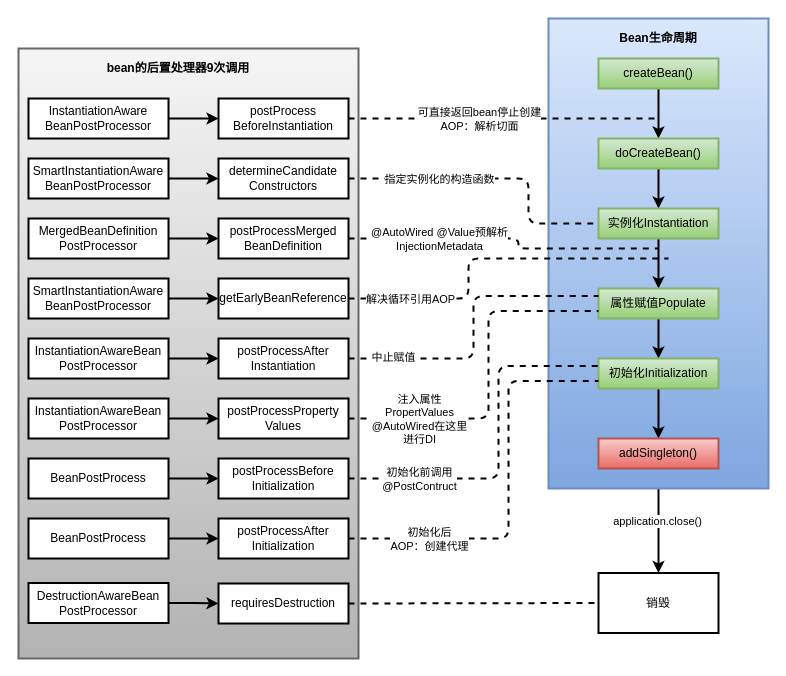
Earlier version of the draw.io diagram page "Bean的后置处理器" (3 of 3) of spring/IOC加载流程.drawio (LiHuiBin1995/study-java). Source tidied: cells renumbered, new cells numbered last; positions are measured from the earlier drawing's top-left corner, leaving out a move shared by most shapes. Both pictures are drawn from the tidied source at 100%, with x=0, y=0 at pixel (18, 18).
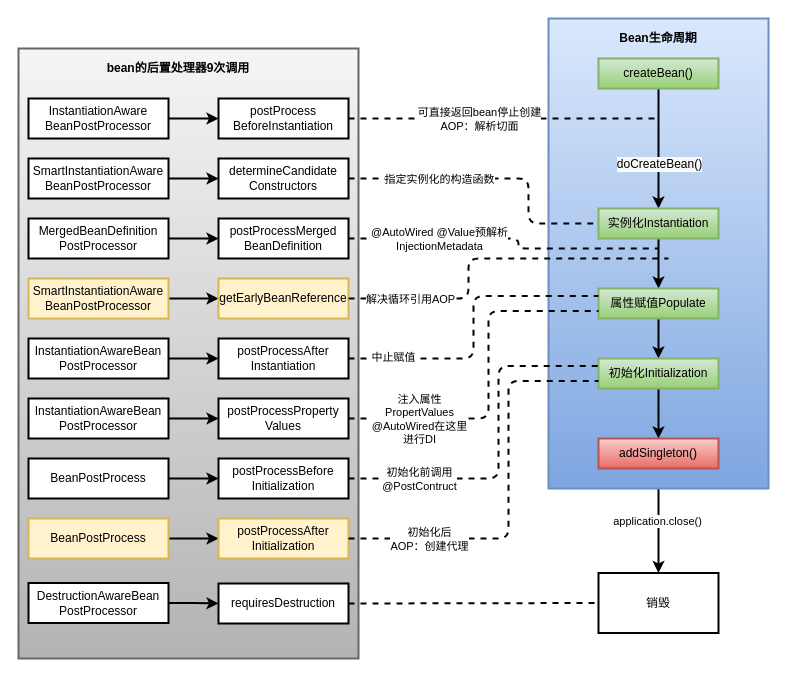
The same diagram, later.

Commit message:
更新IOC加载流程.drawio

Unchanged cells that the change refers to:
```xml
<mxCell id="8" value="createBean()" style="rounded=0;whiteSpace=wrap;html=1;strokeWidth=2;gradientColor=#97d077;fillColor=#d5e8d4;strokeColor=#82b366;" parent="1" vertex="1">
  <mxGeometry x="580" y="40" width="120" height="30" as="geometry" />
</mxCell>
<mxCell id="13" value="实例化Instantiation" style="rounded=0;whiteSpace=wrap;html=1;strokeWidth=2;gradientColor=#97d077;fillColor=#d5e8d4;strokeColor=#82b366;" parent="1" vertex="1">
  <mxGeometry x="580" y="190" width="120" height="30" as="geometry" />
</mxCell>
```

The edit, as a diff of the source:
```diff
@@
-    <mxCell id="7" style="edgeStyle=orthogonalEdgeStyle;rounded=0;jettySize=auto;html=1;strokeWidth=2;" parent="1" edge="1" source="8" target="11">
+    <mxCell id="7" style="edgeStyle=orthogonalEdgeStyle;rounded=0;jettySize=auto;html=1;strokeWidth=2;entryX=0.5;entryY=0;entryDx=0;entryDy=0;" parent="1" edge="1" source="8" target="13">
       <mxGeometry relative="1" as="geometry" />
     </mxCell>
+    <mxCell id="11" value="&lt;span style=&quot;font-size: 12px ; background-color: rgb(248 , 249 , 250)&quot;&gt;doCreateBean()&lt;/span&gt;" style="edgeLabel;html=1;align=center;verticalAlign=middle;points=[];" parent="7" vertex="1">
+      <mxGeometry x="0.25" relative="1" as="geometry" />
+    </mxCell>
@@
-    <mxCell id="10" style="edgeStyle=orthogonalEdgeStyle;rounded=0;jettySize=auto;html=1;strokeWidth=2;" parent="1" edge="1" source="11" target="13">
-      <mxGeometry relative="1" as="geometry" />
-    </mxCell>
-    <mxCell id="11" value="doCreateBean()" style="rounded=0;whiteSpace=wrap;html=1;strokeWidth=2;gradientColor=#97d077;fillColor=#d5e8d4;strokeColor=#82b366;" parent="1" vertex="1">
-      <mxGeometry x="580" y="120" width="120" height="30" as="geometry" />
-    </mxCell>
@@
-    <mxCell id="35" value="SmartInstantiationAware&lt;br&gt;BeanPostProcessor" style="rounded=0;whiteSpace=wrap;html=1;strokeWidth=2;" parent="1" vertex="1">
+    <mxCell id="35" value="SmartInstantiationAware&lt;br&gt;BeanPostProcessor" style="rounded=0;whiteSpace=wrap;html=1;strokeWidth=2;fillColor=#fff2cc;strokeColor=#d6b656;" parent="1" vertex="1">
       <mxGeometry x="10" y="260" width="140" height="40" as="geometry" />
     </mxCell>
-    <mxCell id="36" value="getEarlyBeanReference" style="rounded=0;whiteSpace=wrap;html=1;strokeWidth=2;" parent="1" vertex="1">
+    <mxCell id="36" value="getEarlyBeanReference" style="rounded=0;whiteSpace=wrap;html=1;strokeWidth=2;fillColor=#fff2cc;strokeColor=#d6b656;" parent="1" vertex="1">
       <mxGeometry x="200" y="260" width="130" height="40" as="geometry" />
     </mxCell>
@@
-    <mxCell id="55" value="BeanPostProcess" style="rounded=0;whiteSpace=wrap;html=1;strokeWidth=2;" parent="1" vertex="1">
+    <mxCell id="55" value="BeanPostProcess" style="rounded=0;whiteSpace=wrap;html=1;strokeWidth=2;fillColor=#fff2cc;strokeColor=#d6b656;" parent="1" vertex="1">
       <mxGeometry x="10" y="500" width="140" height="40" as="geometry" />
     </mxCell>
-    <mxCell id="56" value="postProcessAfter&lt;br&gt;Initialization" style="rounded=0;whiteSpace=wrap;html=1;strokeWidth=2;" parent="1" vertex="1">
+    <mxCell id="56" value="postProcessAfter&lt;br&gt;Initialization" style="rounded=0;whiteSpace=wrap;html=1;strokeWidth=2;fillColor=#fff2cc;strokeColor=#d6b656;" parent="1" vertex="1">
       <mxGeometry x="200" y="500" width="130" height="40" as="geometry" />
     </mxCell>
```
